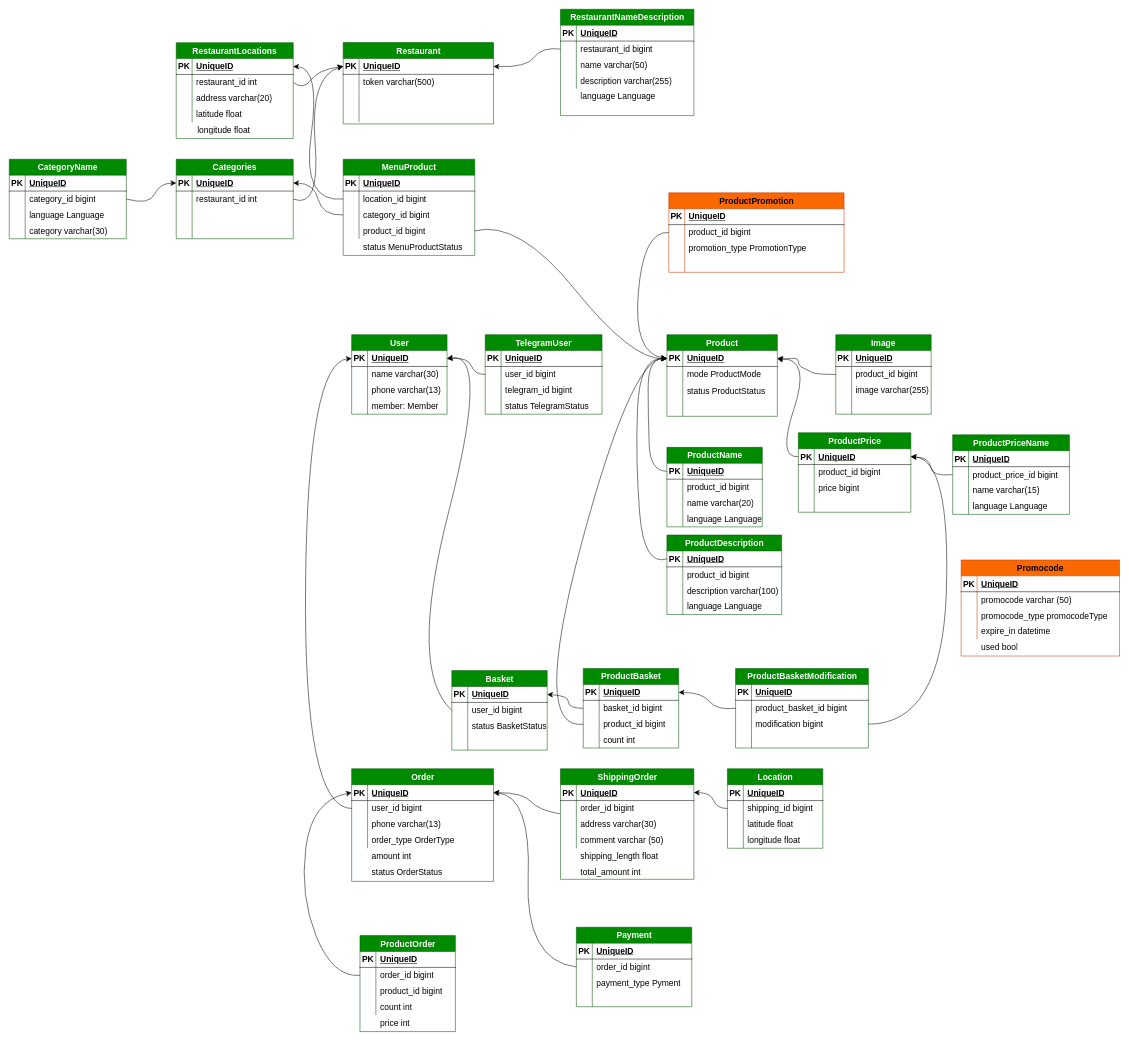
KmvRoman/Diagrams keeps this draw.io diagram as page "db scheme" (2 of 2) of restaurant.drawio. Above is the earlier version. Source tidied: cells renumbered, new cells numbered last; positions are measured from the earlier drawing's top-left corner, leaving out a move shared by most shapes. Both pictures are drawn from the tidied source at 53%, with x=0, y=0 at pixel (9, 9).
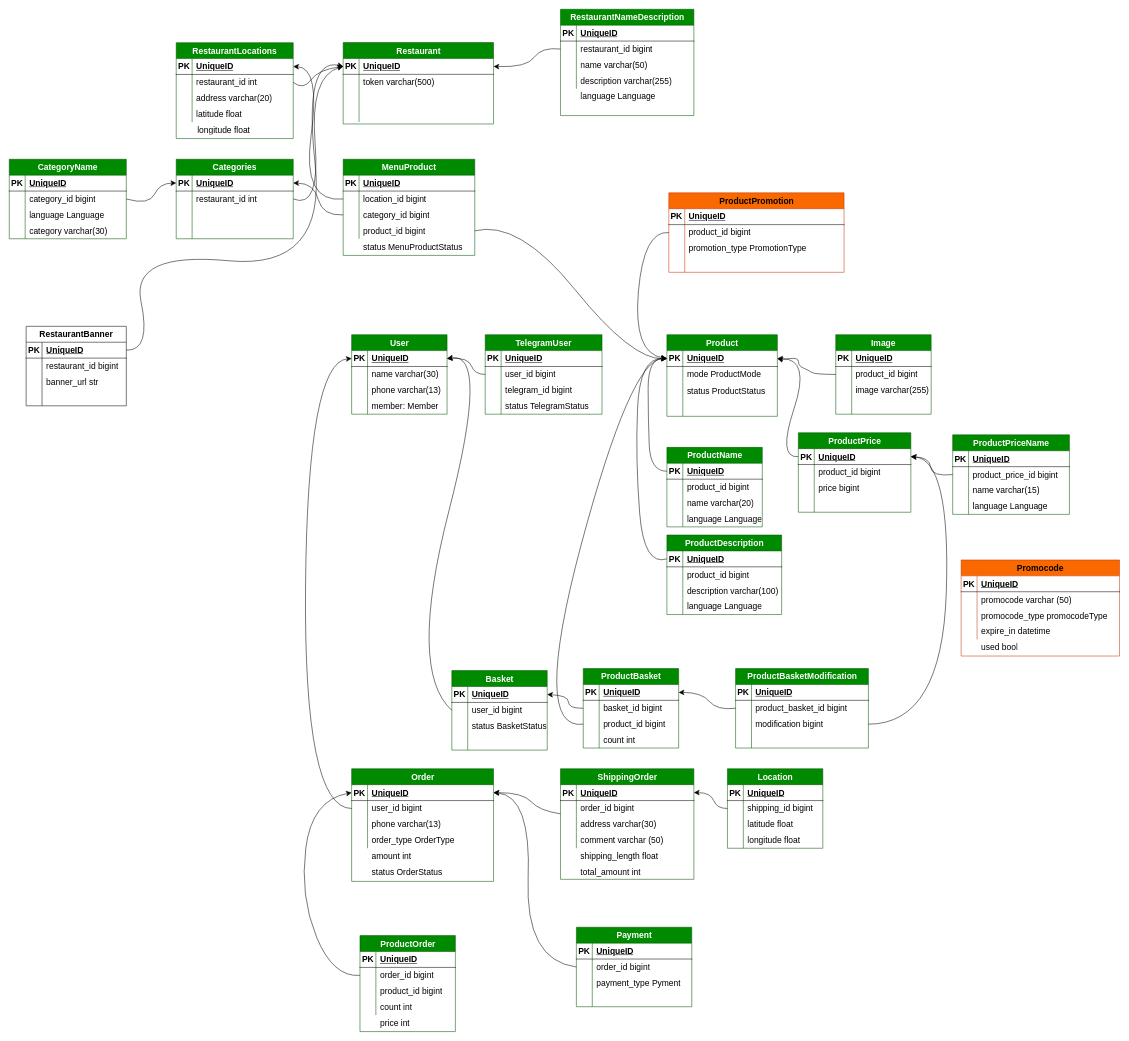
After the change.

The change refers to these unchanged cells:
```xml
<mxCell id="231" style="shape=tableRow;horizontal=0;startSize=0;swimlaneHead=0;swimlaneBody=0;fillColor=none;points=[[0,0.5],[1,0.5]];portConstraint=eastwest;top=0;left=0;right=0;bottom=1;fontSize=16;" parent="230" vertex="1">
  <mxGeometry y="30" width="283.7" height="30" as="geometry" />
</mxCell>
```

Change to the diagram source:
```diff
@@
+    <mxCell id="349" value="RestaurantBanner" style="shape=table;startSize=30;childLayout=tableLayout;rowLines=0;fontStyle=1;align=center;html=1;fontSize=16;" parent="1" vertex="1">
+      <mxGeometry x="31.8" y="598.2" width="189" height="150" as="geometry" />
+    </mxCell>
+    <mxCell id="350" style="shape=tableRow;horizontal=0;startSize=0;swimlaneHead=0;swimlaneBody=0;fillColor=none;points=[[0,0.5],[1,0.5]];portConstraint=eastwest;top=0;left=0;right=0;bottom=1;fontSize=16;" parent="349" vertex="1">
+      <mxGeometry y="30" width="189" height="30" as="geometry" />
+    </mxCell>
+    <mxCell id="351" value="PK" style="shape=partialRectangle;fillColor=none;top=0;left=0;bottom=0;right=0;fontStyle=1;overflow=hidden;whiteSpace=wrap;html=1;fontSize=16;" parent="350" vertex="1">
+      <mxGeometry width="30" height="30" as="geometry" />
+    </mxCell>
+    <mxCell id="352" value="UniqueID" style="shape=partialRectangle;fillColor=none;top=0;left=0;bottom=0;right=0;align=left;spacingLeft=6;fontStyle=5;overflow=hidden;whiteSpace=wrap;html=1;fontSize=16;" parent="350" vertex="1">
+      <mxGeometry x="30" width="159" height="30" as="geometry" />
+    </mxCell>
+    <mxCell id="353" style="shape=tableRow;horizontal=0;startSize=0;swimlaneHead=0;swimlaneBody=0;fillColor=none;top=0;left=0;right=0;bottom=0;fontSize=16;" parent="349" vertex="1">
+      <mxGeometry y="60" width="189" height="30" as="geometry" />
+    </mxCell>
+    <mxCell id="354" style="shape=partialRectangle;fillColor=none;top=0;left=0;bottom=0;right=0;overflow=hidden;whiteSpace=wrap;html=1;fontSize=16;" parent="353" vertex="1">
+      <mxGeometry width="30" height="30" as="geometry" />
+    </mxCell>
+    <mxCell id="355" value="restaurant_id bigint" style="shape=partialRectangle;fillColor=none;top=0;left=0;bottom=0;right=0;align=left;spacingLeft=6;overflow=hidden;whiteSpace=wrap;html=1;fontSize=16;" parent="353" vertex="1">
+      <mxGeometry x="30" width="159" height="30" as="geometry" />
+    </mxCell>
+    <mxCell id="356" style="shape=tableRow;horizontal=0;startSize=0;swimlaneHead=0;swimlaneBody=0;fillColor=none;top=0;left=0;right=0;bottom=0;fontSize=16;" parent="349" vertex="1">
+      <mxGeometry y="90" width="189" height="30" as="geometry" />
+    </mxCell>
+    <mxCell id="357" style="shape=partialRectangle;fillColor=none;top=0;left=0;bottom=0;right=0;overflow=hidden;whiteSpace=wrap;html=1;fontSize=16;" parent="356" vertex="1">
+      <mxGeometry width="30" height="30" as="geometry" />
+    </mxCell>
+    <mxCell id="358" value="banner_url str" style="shape=partialRectangle;fillColor=none;top=0;left=0;bottom=0;right=0;align=left;spacingLeft=6;overflow=hidden;whiteSpace=wrap;html=1;fontSize=16;" parent="356" vertex="1">
+      <mxGeometry x="30" width="159" height="30" as="geometry" />
+    </mxCell>
+    <mxCell id="359" style="shape=tableRow;horizontal=0;startSize=0;swimlaneHead=0;swimlaneBody=0;fillColor=none;top=0;left=0;right=0;bottom=0;fontSize=16;" parent="349" vertex="1">
+      <mxGeometry y="120" width="189" height="30" as="geometry" />
+    </mxCell>
+    <mxCell id="360" style="shape=partialRectangle;fillColor=none;top=0;left=0;bottom=0;right=0;overflow=hidden;whiteSpace=wrap;html=1;fontSize=16;" parent="359" vertex="1">
+      <mxGeometry width="30" height="30" as="geometry" />
+    </mxCell>
+    <mxCell id="361" style="shape=partialRectangle;fillColor=none;top=0;left=0;bottom=0;right=0;align=left;spacingLeft=6;overflow=hidden;whiteSpace=wrap;html=1;fontSize=16;" parent="359" vertex="1">
+      <mxGeometry x="30" width="159" height="30" as="geometry" />
+    </mxCell>
+    <mxCell id="362" style="edgeStyle=none;curved=1;rounded=0;jettySize=auto;html=1;entryX=0;entryY=0.5;entryDx=0;entryDy=0;fontSize=12;startSize=8;endSize=8;exitX=1;exitY=0.5;exitDx=0;exitDy=0;" parent="1" edge="1" source="350" target="231">
+      <mxGeometry relative="1" as="geometry">
+        <Array as="points">
+          <mxPoint x="268" y="645" />
+          <mxPoint x="229" y="457" />
+          <mxPoint x="599" y="492" />
+          <mxPoint x="555" y="90" />
+        </Array>
+      </mxGeometry>
+    </mxCell>
```
